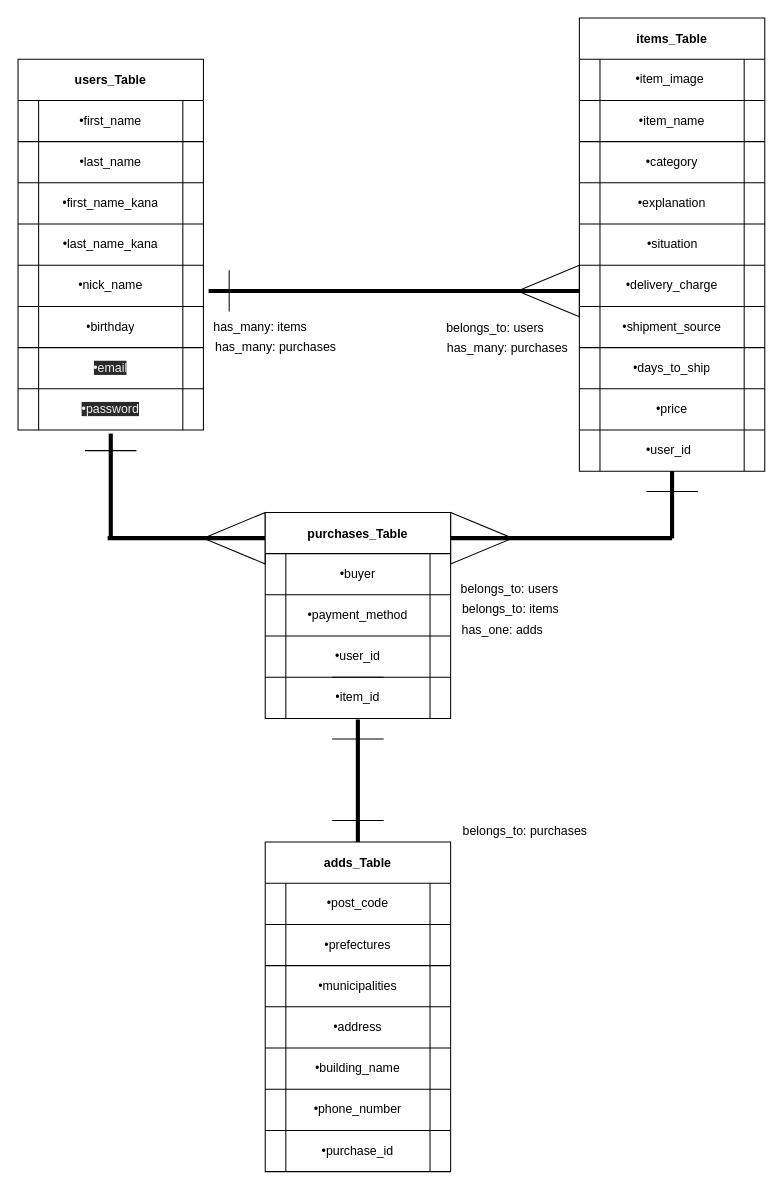
Above: app/.dio in katsu9246/furima-37990 (draw.io), before the change. Source tidied: cells renumbered, new cells numbered last; positions are measured from the earlier drawing's top-left corner, leaving out a move shared by most shapes. Both pictures are drawn from the tidied source at 103%, with x=0, y=0 at pixel (18, 18).
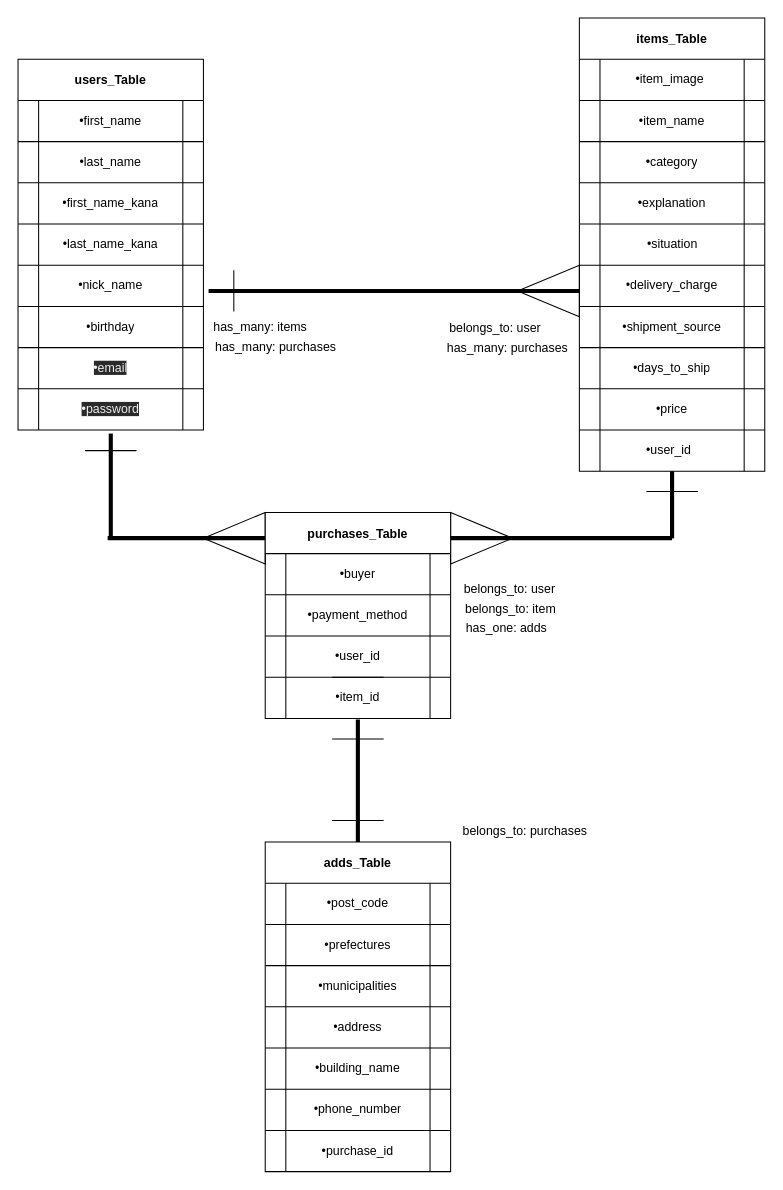
After the change.

Commit message (it also covers changes not shown here):
ER図及びDB設計

Change to the diagram source:
```diff
@@
-    <mxCell id="146" value="belongs_to: users" style="text;html=1;align=center;verticalAlign=middle;strokeColor=none;fillColor=none;" parent="1" vertex="1">
-      <mxGeometry x="408" y="291" width="110" height="20" as="geometry" />
+    <mxCell id="146" value="belongs_to: user" style="text;html=1;align=center;verticalAlign=middle;strokeColor=none;fillColor=none;" parent="1" vertex="1">
+      <mxGeometry x="413" y="291" width="100" height="20" as="geometry" />
     </mxCell>
@@
-    <mxCell id="148" value="belongs_to: users" style="text;html=1;align=center;verticalAlign=middle;strokeColor=none;fillColor=none;" parent="1" vertex="1">
-      <mxGeometry x="422" y="545" width="110" height="20" as="geometry" />
+    <mxCell id="148" value="belongs_to: user" style="text;html=1;align=center;verticalAlign=middle;strokeColor=none;fillColor=none;" parent="1" vertex="1">
+      <mxGeometry x="427" y="545" width="100" height="20" as="geometry" />
     </mxCell>
-    <mxCell id="149" value="belongs_to: items" style="text;html=1;align=center;verticalAlign=middle;strokeColor=none;fillColor=none;" parent="1" vertex="1">
-      <mxGeometry x="423" y="564" width="110" height="20" as="geometry" />
+    <mxCell id="149" value="belongs_to: item" style="text;html=1;align=center;verticalAlign=middle;strokeColor=none;fillColor=none;" parent="1" vertex="1">
+      <mxGeometry x="428" y="564" width="100" height="20" as="geometry" />
     </mxCell>
     <mxCell id="150" value="has_one: adds" style="text;html=1;align=center;verticalAlign=middle;strokeColor=none;fillColor=none;" parent="1" vertex="1">
-      <mxGeometry x="425" y="585" width="90" height="20" as="geometry" />
+      <mxGeometry x="429" y="583" width="90" height="20" as="geometry" />
     </mxCell>
@@
     <mxCell id="157" style="endArrow=none;html=1;" parent="1" edge="1">
       <mxGeometry relative="1" as="geometry">
-        <mxPoint x="205" y="285" as="sourcePoint" />
-        <mxPoint x="205" y="245" as="targetPoint" />
+        <mxPoint x="209.5" y="285" as="sourcePoint" />
+        <mxPoint x="209.5" y="245" as="targetPoint" />
         <Array as="points">
-          <mxPoint x="205" y="275" />
+          <mxPoint x="209.5" y="275" />
         </Array>
       </mxGeometry>
     </mxCell>
```
